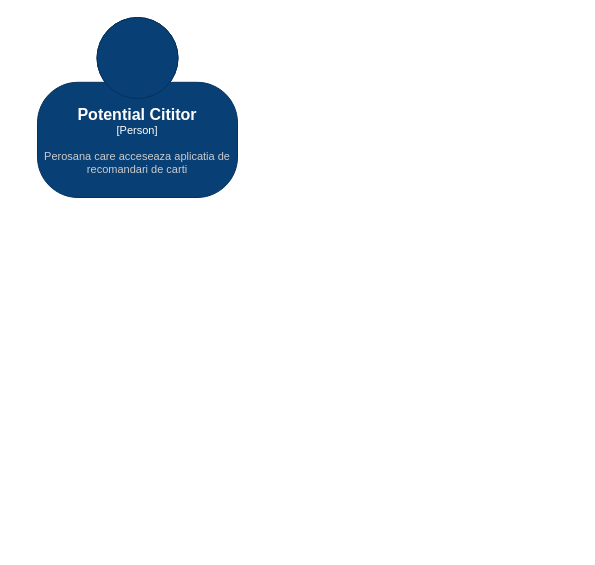
This is Diagramă fără titlu.drawio from RotDr/C4Model, a draw.io file, before an edit. Source tidied: cells renumbered, new cells numbered last; positions are measured from the earlier drawing's top-left corner, leaving out a move shared by most shapes. Both pictures are drawn from the tidied source at 100%, with x=0, y=0 at pixel (37, 17).
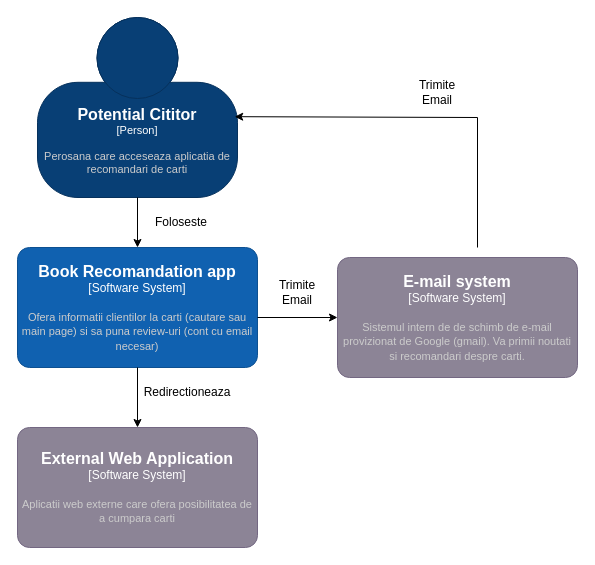
The same diagram, later.

What changed in the source:
```diff
@@
 <mxGraphModel>
   <root>
     <mxCell id="0" />
     <mxCell id="1" parent="0" />
     <object id="2" label="&lt;font style=&quot;font-size: 16px&quot;&gt;&lt;b&gt;%c4Name%&lt;/b&gt;&lt;/font&gt;&lt;div&gt;[%c4Type%]&lt;/div&gt;&lt;br&gt;&lt;div&gt;&lt;font style=&quot;font-size: 11px&quot;&gt;&lt;font color=&quot;#cccccc&quot;&gt;%c4Description%&lt;/font&gt;&lt;/div&gt;" c4Description="Perosana care acceseaza aplicatia de recomandari de carti&#10;" c4Name="Potential Cititor" c4Type="Person" placeholders="1">
       <mxCell style="html=1;fontSize=11;dashed=0;whiteSpace=wrap;fillColor=#083F75;strokeColor=#06315C;fontColor=#ffffff;shape=mxgraph.c4.person2;align=center;points=[[0.5,0,0],[1,0.5,0],[1,0.75,0],[0.75,1,0],[0.5,1,0],[0.25,1,0],[0,0.75,0],[0,0.5,0]];" parent="1" vertex="1">
         <mxGeometry width="200" height="180" as="geometry" />
       </mxCell>
     </object>
+    <object id="3" label="&lt;font style=&quot;font-size: 16px&quot;&gt;&lt;b&gt;%c4Name%&lt;/b&gt;&lt;/font&gt;&lt;div&gt;[%c4Type%]&lt;/div&gt;&lt;br&gt;&lt;div&gt;&lt;font style=&quot;font-size: 11px&quot;&gt;&lt;font color=&quot;#cccccc&quot;&gt;%c4Description%&lt;/font&gt;&lt;/div&gt;" c4Description="Ofera informatii clientilor la carti (cautare sau main page) si sa puna review-uri (cont cu email necesar)" c4Name="Book Recomandation app" c4Type="Software System" placeholders="1">
+      <mxCell style="rounded=1;whiteSpace=wrap;html=1;labelBackgroundColor=none;fillColor=#1061B0;fontColor=#ffffff;align=center;arcSize=10;strokeColor=#0D5091;points=[[0.25,0,0],[0.5,0,0],[0.75,0,0],[1,0.25,0],[1,0.5,0],[1,0.75,0],[0.75,1,0],[0.5,1,0],[0.25,1,0],[0,0.75,0],[0,0.5,0],[0,0.25,0]];" parent="1" vertex="1">
+        <mxGeometry x="-20" y="230" width="240" height="120" as="geometry" />
+      </mxCell>
+    </object>
+    <object id="4" label="&lt;font style=&quot;font-size: 16px&quot;&gt;&lt;b&gt;%c4Name%&lt;/b&gt;&lt;/font&gt;&lt;div&gt;[%c4Type%]&lt;/div&gt;&lt;br&gt;&lt;div&gt;&lt;font style=&quot;font-size: 11px&quot;&gt;&lt;font color=&quot;#cccccc&quot;&gt;%c4Description%&lt;/font&gt;&lt;/div&gt;" c4Description="Sistemul intern de de schimb de e-mail provizionat de Google (gmail). Va primii noutati si recomandari despre carti." c4Name="E-mail system " c4Type="Software System" placeholders="1">
+      <mxCell style="rounded=1;whiteSpace=wrap;html=1;labelBackgroundColor=none;fillColor=#8C8496;fontColor=#ffffff;align=center;arcSize=10;strokeColor=#736782;points=[[0.25,0,0],[0.5,0,0],[0.75,0,0],[1,0.25,0],[1,0.5,0],[1,0.75,0],[0.75,1,0],[0.5,1,0],[0.25,1,0],[0,0.75,0],[0,0.5,0],[0,0.25,0]];" parent="1" vertex="1">
+        <mxGeometry x="300" y="240" width="240" height="120" as="geometry" />
+      </mxCell>
+    </object>
+    <object id="5" label="&lt;font style=&quot;font-size: 16px&quot;&gt;&lt;b&gt;%c4Name%&lt;/b&gt;&lt;/font&gt;&lt;div&gt;[%c4Type%]&lt;/div&gt;&lt;br&gt;&lt;div&gt;&lt;font style=&quot;font-size: 11px&quot;&gt;&lt;font color=&quot;#cccccc&quot;&gt;%c4Description%&lt;/font&gt;&lt;/div&gt;" c4Description="Aplicatii web externe care ofera posibilitatea de a cumpara carti" c4Name="External Web Application" c4Type="Software System" placeholders="1">
+      <mxCell style="rounded=1;whiteSpace=wrap;html=1;labelBackgroundColor=none;fillColor=#8C8496;fontColor=#ffffff;align=center;arcSize=10;strokeColor=#736782;points=[[0.25,0,0],[0.5,0,0],[0.75,0,0],[1,0.25,0],[1,0.5,0],[1,0.75,0],[0.75,1,0],[0.5,1,0],[0.25,1,0],[0,0.75,0],[0,0.5,0],[0,0.25,0]];" parent="1" vertex="1">
+        <mxGeometry x="-20" y="410" width="240" height="120" as="geometry" />
+      </mxCell>
+    </object>
+    <mxCell id="6" style="endArrow=classic;html=1;rounded=0;entryX=0;entryY=0.5;entryDx=0;entryDy=0;entryPerimeter=0;" parent="1" edge="1" target="4">
+      <mxGeometry relative="1" as="geometry">
+        <mxPoint x="220" y="300" as="sourcePoint" />
+      </mxGeometry>
+    </mxCell>
+    <mxCell id="7" style="edgeStyle=orthogonalEdgeStyle;rounded=0;jettySize=auto;html=1;exitX=0.5;exitY=1;exitDx=0;exitDy=0;exitPerimeter=0;entryX=0.5;entryY=0;entryDx=0;entryDy=0;entryPerimeter=0;" parent="1" edge="1" source="2" target="3">
+      <mxGeometry relative="1" as="geometry" />
+    </mxCell>
+    <mxCell id="8" style="endArrow=classic;html=1;rounded=0;entryX=0.986;entryY=0.551;entryDx=0;entryDy=0;entryPerimeter=0;" parent="1" edge="1" target="2">
+      <mxGeometry relative="1" as="geometry">
+        <mxPoint x="440" y="230" as="sourcePoint" />
+        <Array as="points">
+          <mxPoint x="440" y="100" />
+        </Array>
+      </mxGeometry>
+    </mxCell>
+    <mxCell id="9" style="endArrow=classic;html=1;rounded=0;entryX=0.5;entryY=0;entryDx=0;entryDy=0;entryPerimeter=0;exitX=0.5;exitY=1;exitDx=0;exitDy=0;exitPerimeter=0;" parent="1" edge="1" source="3" target="5">
+      <mxGeometry relative="1" as="geometry" />
+    </mxCell>
+    <mxCell id="10" value="Redirectioneaza" style="text;html=1;align=center;verticalAlign=middle;whiteSpace=wrap;rounded=0;" parent="1" vertex="1">
+      <mxGeometry x="100" y="360" width="100" height="30" as="geometry" />
+    </mxCell>
+    <mxCell id="11" value="Trimite Email" style="text;html=1;align=center;verticalAlign=middle;whiteSpace=wrap;rounded=0;" parent="1" vertex="1">
+      <mxGeometry x="230" y="260" width="60" height="30" as="geometry" />
+    </mxCell>
+    <mxCell id="12" value="Trimite Email" style="text;html=1;align=center;verticalAlign=middle;whiteSpace=wrap;rounded=0;" parent="1" vertex="1">
+      <mxGeometry x="370" y="60" width="60" height="30" as="geometry" />
+    </mxCell>
+    <mxCell id="13" value="Foloseste" style="text;html=1;align=center;verticalAlign=middle;whiteSpace=wrap;rounded=0;" parent="1" vertex="1">
+      <mxGeometry x="114" y="190" width="60" height="30" as="geometry" />
+    </mxCell>
   </root>
 </mxGraphModel>
```
